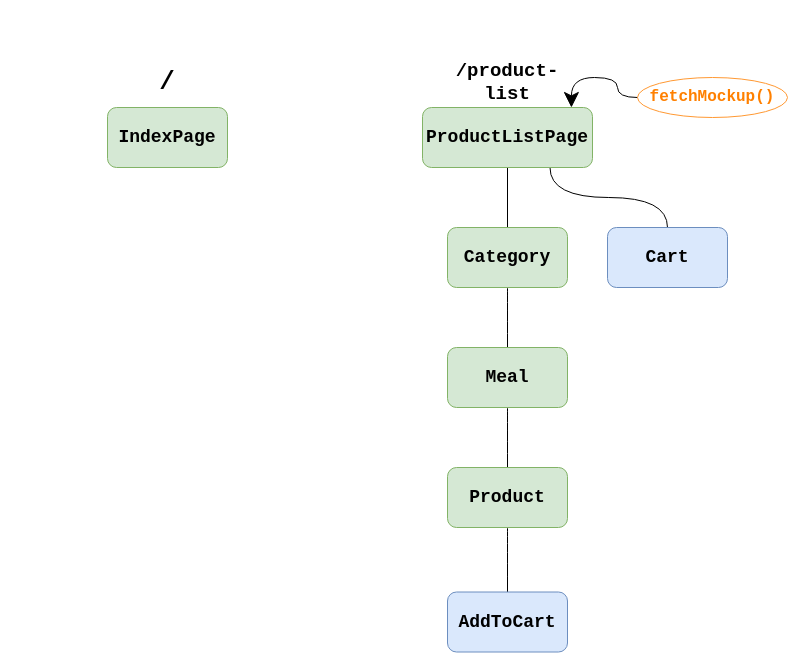
Before: diagrams/meat-component-tree.drawio in NicoToff/mira-eat, a draw.io diagram. Source tidied: cells renumbered, new cells numbered last; positions are measured from the earlier drawing's top-left corner, leaving out a move shared by most shapes. Both pictures are drawn from the tidied source at 100%, with x=0, y=0 at pixel (107, 57).
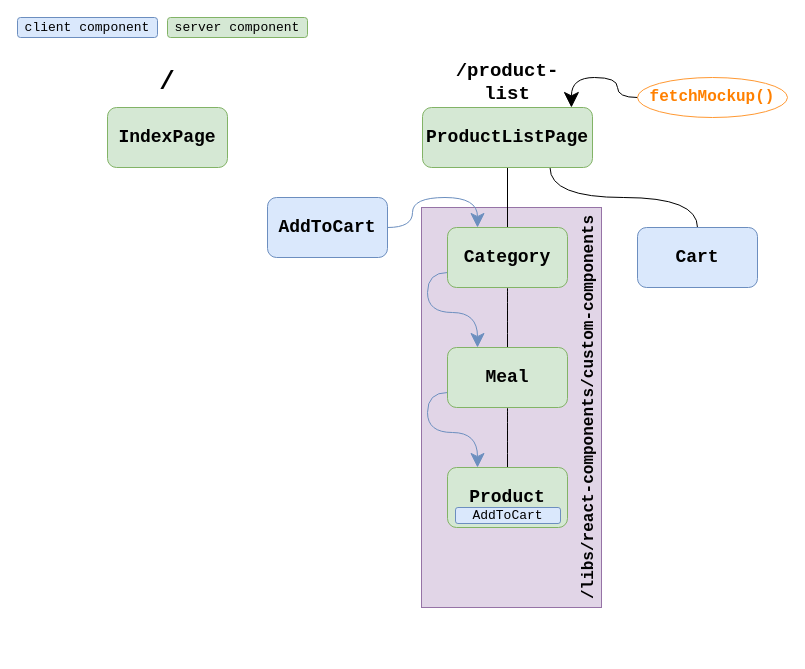
The same page after the edit.

Commit message:
Updated with prop drilling AddToCart

Unchanged cells that the change refers to:
```xml
<mxCell id="9" value="Category" style="rounded=1;whiteSpace=wrap;html=1;fontFamily=Courier New;fontSize=18;fontStyle=1;fillColor=#d5e8d4;strokeColor=#82b366;" parent="1" vertex="1">
  <mxGeometry x="340" y="170" width="120" height="60" as="geometry" />
</mxCell>
<mxCell id="13" value="Meal" style="rounded=1;whiteSpace=wrap;html=1;fontFamily=Courier New;fontSize=18;fontStyle=1;fillColor=#d5e8d4;strokeColor=#82b366;" parent="1" vertex="1">
  <mxGeometry x="340" y="290" width="120" height="60" as="geometry" />
</mxCell>
<mxCell id="15" value="Product" style="rounded=1;whiteSpace=wrap;html=1;fontFamily=Courier New;fontSize=18;fontStyle=1;fillColor=#d5e8d4;strokeColor=#82b366;" parent="1" vertex="1">
  <mxGeometry x="340" y="410" width="120" height="60" as="geometry" />
</mxCell>
```

Diff of the diagram source:
```diff
@@
+    <mxCell id="18" value="/libs/react-components/custom-components" style="rounded=0;whiteSpace=wrap;html=1;fillColor=#e1d5e7;strokeColor=#9673a6;fontFamily=Courier New;horizontal=0;align=center;verticalAlign=bottom;fontSize=16;fontStyle=1;" parent="1" vertex="1">
+      <mxGeometry x="314" y="150" width="180" height="400" as="geometry" />
+    </mxCell>
@@
+    <mxCell id="19" style="edgeStyle=orthogonalEdgeStyle;curved=1;rounded=0;jettySize=auto;html=1;exitX=0;exitY=0.75;exitDx=0;exitDy=0;entryX=0.25;entryY=0;entryDx=0;entryDy=0;strokeColor=#6c8fbf;fontFamily=Courier New;fontSize=13;endSize=12;" parent="1" edge="1" source="9" target="13">
+      <mxGeometry relative="1" as="geometry" />
+    </mxCell>
@@
+    <mxCell id="20" style="edgeStyle=orthogonalEdgeStyle;curved=1;rounded=0;jettySize=auto;html=1;exitX=0;exitY=0.75;exitDx=0;exitDy=0;entryX=0.25;entryY=0;entryDx=0;entryDy=0;strokeColor=#6c8fbf;fontFamily=Courier New;fontSize=13;endSize=12;" parent="1" edge="1" source="13" target="15">
+      <mxGeometry relative="1" as="geometry" />
+    </mxCell>
@@
-    <mxCell id="14" style="edgeStyle=orthogonalEdgeStyle;curved=1;rounded=0;jettySize=auto;html=1;exitX=0.5;exitY=1;exitDx=0;exitDy=0;entryX=0.5;entryY=0;entryDx=0;entryDy=0;fontFamily=Courier New;fontSize=16;fontColor=#FF8000;endArrow=none;endFill=0;endSize=13;" parent="1" edge="1" source="15" target="17">
-      <mxGeometry relative="1" as="geometry" />
-    </mxCell>
@@
     <mxCell id="16" value="Cart" style="rounded=1;whiteSpace=wrap;html=1;fontFamily=Courier New;fontSize=18;fontStyle=1;fillColor=#dae8fc;strokeColor=#6c8ebf;" parent="1" vertex="1">
-      <mxGeometry x="500" y="170" width="120" height="60" as="geometry" />
+      <mxGeometry x="530" y="170" width="120" height="60" as="geometry" />
     </mxCell>
     <mxCell id="17" value="AddToCart" style="rounded=1;whiteSpace=wrap;html=1;fontFamily=Courier New;fontSize=18;fontStyle=1;fillColor=#dae8fc;strokeColor=#6c8ebf;" parent="1" vertex="1">
-      <mxGeometry x="340" y="534.5" width="120" height="60" as="geometry" />
+      <mxGeometry x="160" y="140" width="120" height="60" as="geometry" />
     </mxCell>
+    <mxCell id="21" style="edgeStyle=orthogonalEdgeStyle;rounded=0;jettySize=auto;html=1;entryX=0.25;entryY=0;entryDx=0;entryDy=0;curved=1;endSize=12;strokeColor=#6c8fbf;exitX=1;exitY=0.5;exitDx=0;exitDy=0;" parent="1" edge="1" source="17" target="9">
+      <mxGeometry relative="1" as="geometry" />
+    </mxCell>
+    <mxCell id="22" value="client component" style="rounded=1;whiteSpace=wrap;html=1;fontFamily=Courier New;fontSize=13;fontStyle=0;fillColor=#dae8fc;strokeColor=#6c8ebf;" parent="1" vertex="1">
+      <mxGeometry x="-90" y="-40" width="140" height="20" as="geometry" />
+    </mxCell>
+    <mxCell id="23" value="server component" style="rounded=1;whiteSpace=wrap;html=1;fontFamily=Courier New;fontSize=13;fontStyle=0;fillColor=#d5e8d4;strokeColor=#82b366;" parent="1" vertex="1">
+      <mxGeometry x="60" y="-40" width="140" height="20" as="geometry" />
+    </mxCell>
+    <mxCell id="24" value="AddToCart" style="rounded=1;whiteSpace=wrap;html=1;fontFamily=Courier New;fontSize=13;fontStyle=0;fillColor=#dae8fc;strokeColor=#6c8ebf;perimeterSpacing=0;" parent="1" vertex="1">
+      <mxGeometry x="348" y="450" width="105" height="16" as="geometry" />
+    </mxCell>
```
